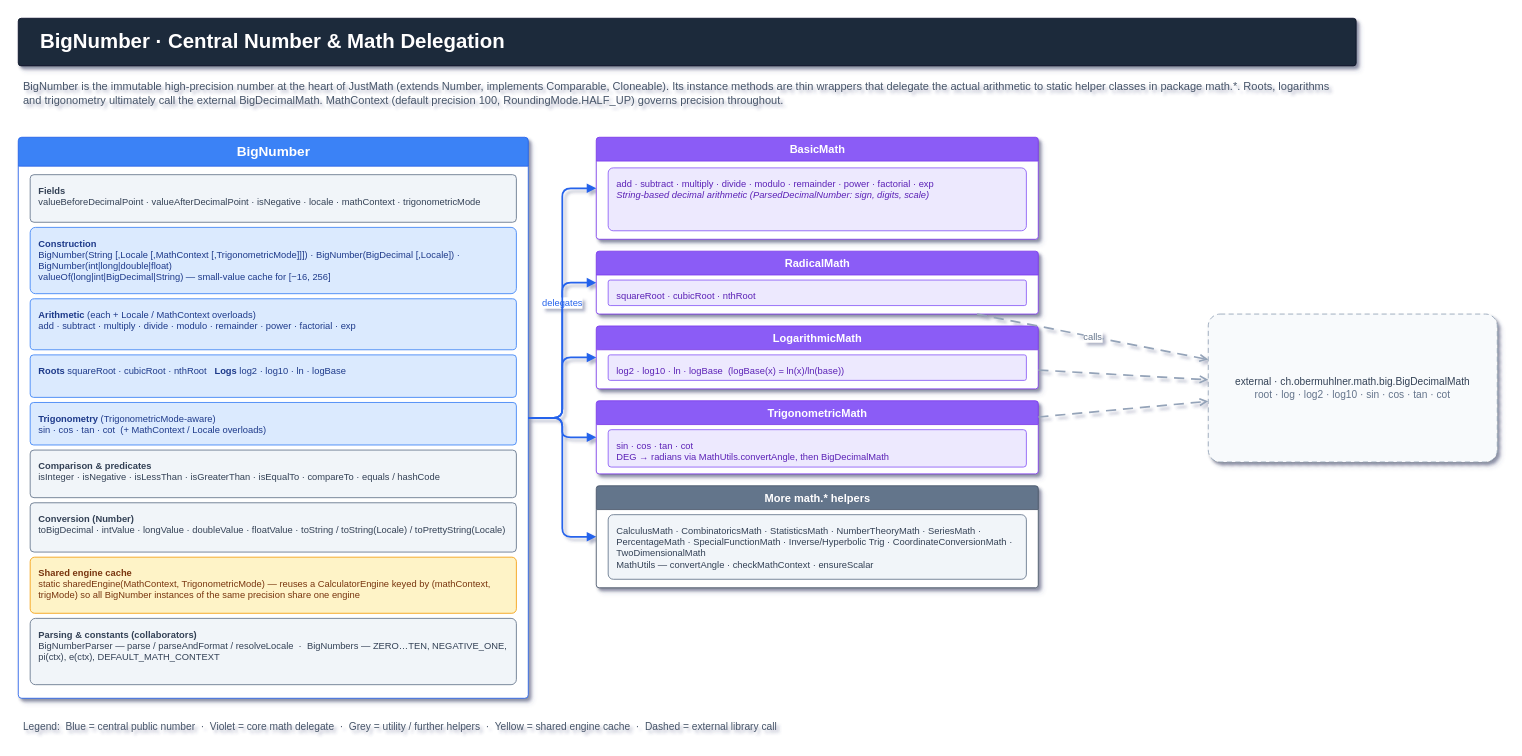
The draw.io diagram docs/diagrams/architecture/bignumber and math.drawio in lembergmax/JustMath, before the edit. Source tidied: cells renumbered, new cells numbered last; positions are measured from the earlier drawing's top-left corner, leaving out a move shared by most shapes. Both pictures are drawn from the tidied source at 85%, with x=0, y=0 at pixel (18, 18).
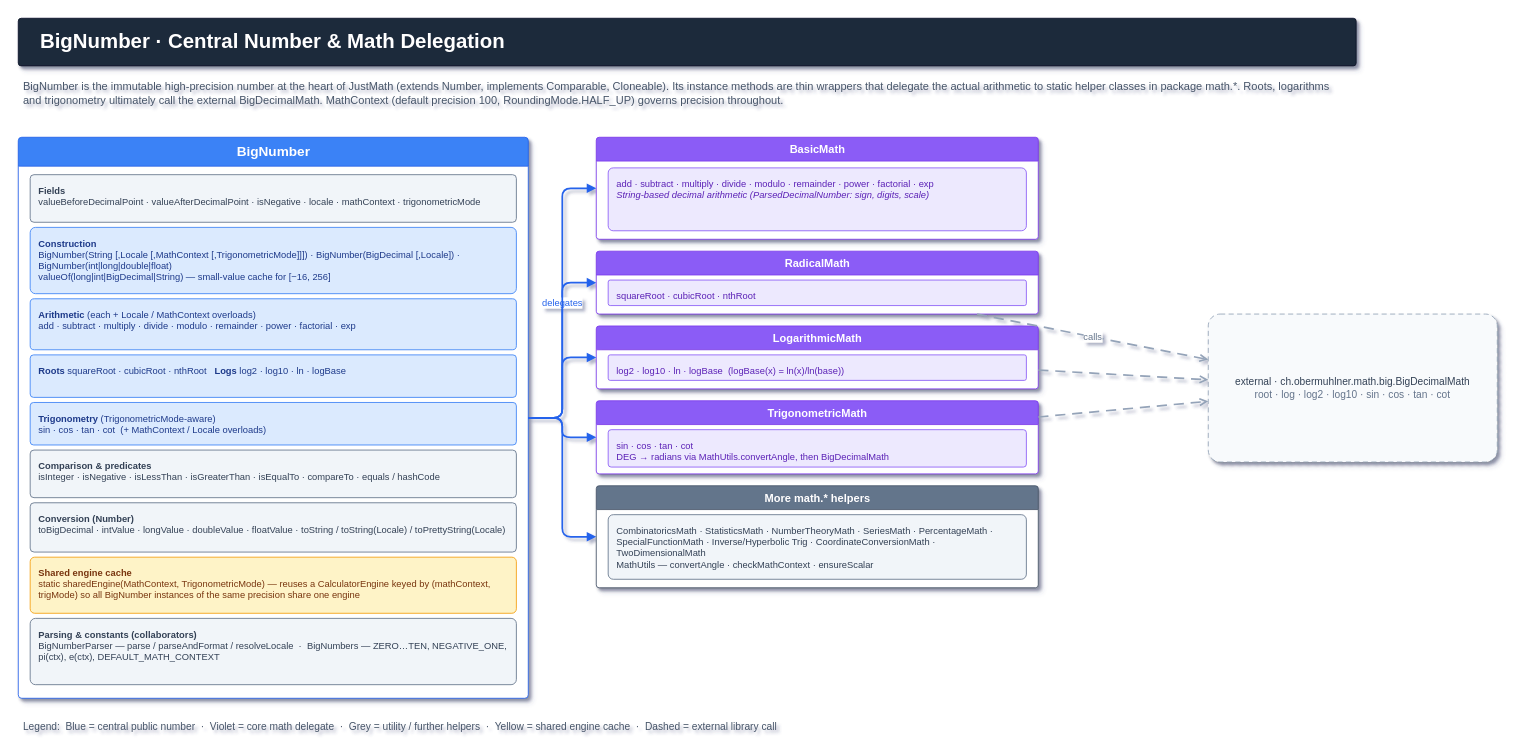
Above is the later version.

Commit message (it also covers changes not shown here):
chore: Remove CalculusMath placeholder and JavaFX/GraphFX scaffolding

Unchanged cells that the change refers to:
```xml
<mxCell id="22" value="More math.* helpers" style="swimlane;rounded=1;arcSize=4;html=1;startSize=28;fillColor=#64748B;strokeColor=#475569;fontColor=#FFFFFF;fontStyle=1;fontSize=13;fontFamily=Helvetica;align=center;verticalAlign=middle;swimlaneFillColor=#FFFFFF;shadow=1;" parent="1" vertex="1">
  <mxGeometry x="680" y="550" width="520" height="120" as="geometry" />
</mxCell>
```

Diff of the diagram source:
```diff
@@
-    <mxCell id="23" value="CalculusMath · CombinatoricsMath · StatisticsMath · NumberTheoryMath · SeriesMath · PercentageMath · SpecialFunctionMath · Inverse/Hyperbolic Trig · CoordinateConversionMath · TwoDimensionalMath&lt;br&gt;MathUtils — convertAngle · checkMathContext · ensureScalar" style="text;html=1;fillColor=#F1F5F9;strokeColor=#64748B;fontColor=#334155;fontSize=11;fontFamily=Helvetica;align=left;verticalAlign=top;whiteSpace=wrap;rounded=1;arcSize=8;spacingLeft=8;spacingTop=6;spacingRight=8;" parent="22" vertex="1">
+    <mxCell id="23" value="CombinatoricsMath · StatisticsMath · NumberTheoryMath · SeriesMath · PercentageMath · SpecialFunctionMath · Inverse/Hyperbolic Trig · CoordinateConversionMath · TwoDimensionalMath&lt;br&gt;MathUtils — convertAngle · checkMathContext · ensureScalar" style="text;html=1;fillColor=#F1F5F9;strokeColor=#64748B;fontColor=#334155;fontSize=11;fontFamily=Helvetica;align=left;verticalAlign=top;whiteSpace=wrap;rounded=1;arcSize=8;spacingLeft=8;spacingTop=6;spacingRight=8;" parent="22" vertex="1">
       <mxGeometry x="14" y="34" width="492" height="76" as="geometry" />
     </mxCell>
```
